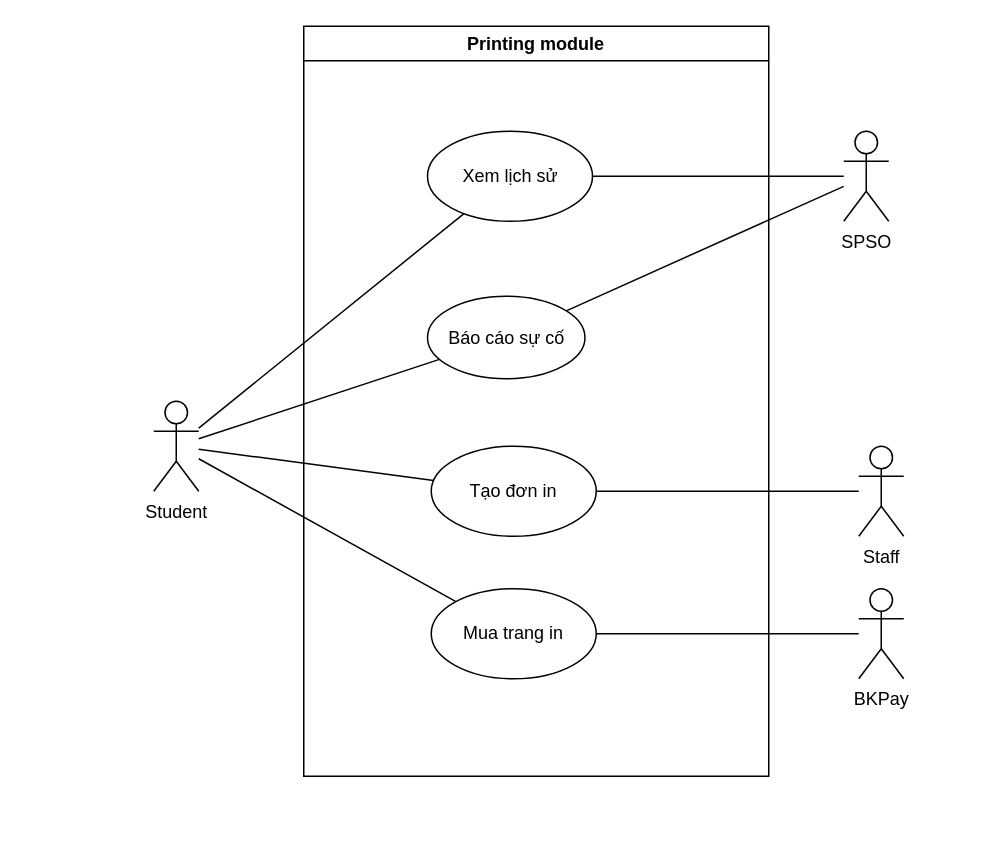
The draw.io diagram Untitled Diagram.drawio in blueonline07/auth-demo, before the edit. Source tidied: cells renumbered, new cells numbered last; positions are measured from the earlier drawing's top-left corner, leaving out a move shared by most shapes. Both pictures are drawn from the tidied source at 150%, with x=0, y=0 at pixel (153, 26).
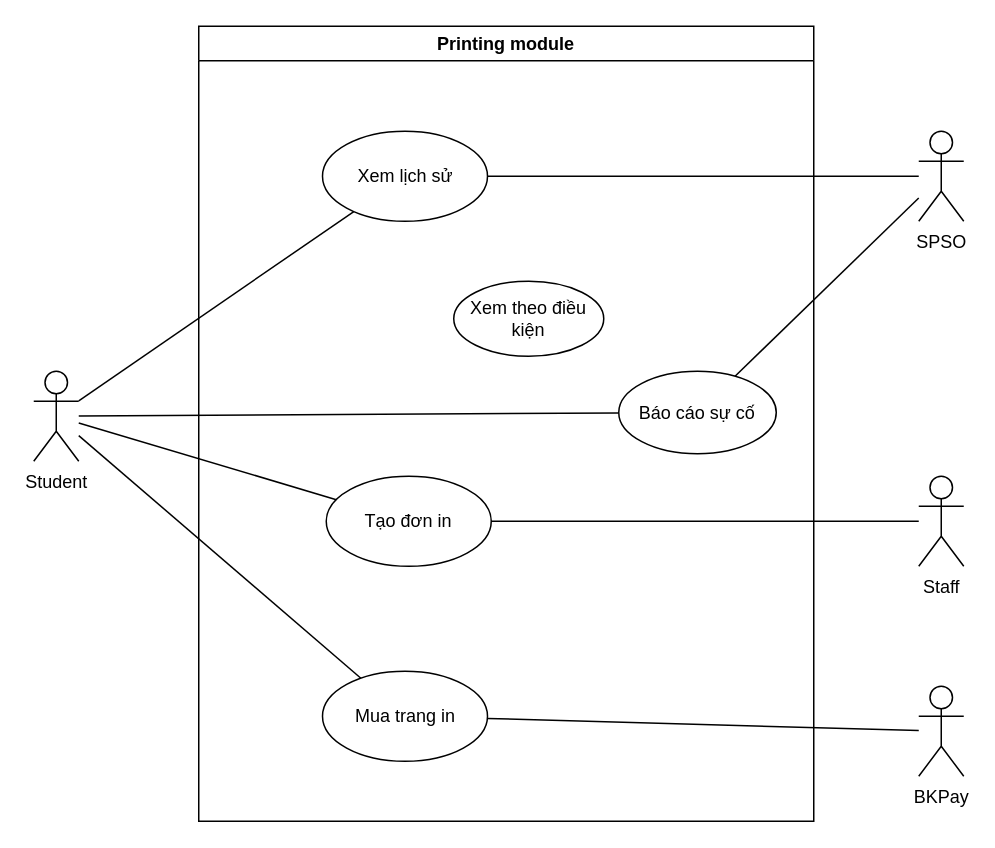
After the change.

The edit, as a diff of the source:
```diff
@@
 <mxGraphModel>
   <root>
     <mxCell id="0" />
     <mxCell id="1" parent="0" />
     <mxCell id="2" value="Student" style="shape=umlActor;verticalLabelPosition=bottom;verticalAlign=top;html=1;outlineConnect=0;" parent="1" vertex="1">
-      <mxGeometry y="250" width="30" height="60" as="geometry" />
+      <mxGeometry x="-80" y="230" width="30" height="60" as="geometry" />
     </mxCell>
     <mxCell id="3" value="Printing module" style="swimlane;whiteSpace=wrap;html=1;" parent="1" vertex="1">
-      <mxGeometry x="100" width="310" height="500" as="geometry" />
+      <mxGeometry x="30" width="410" height="530" as="geometry" />
     </mxCell>
     <mxCell id="4" value="Tạo đơn in" style="ellipse;whiteSpace=wrap;html=1;" parent="3" vertex="1">
-      <mxGeometry x="85" y="280" width="110" height="60" as="geometry" />
+      <mxGeometry x="85" y="300" width="110" height="60" as="geometry" />
     </mxCell>
     <mxCell id="5" value="Mua trang in" style="ellipse;whiteSpace=wrap;html=1;" parent="3" vertex="1">
-      <mxGeometry x="85" y="375" width="110" height="60" as="geometry" />
+      <mxGeometry x="82.5" y="430" width="110" height="60" as="geometry" />
     </mxCell>
     <mxCell id="6" value="Xem lịch sử" style="ellipse;whiteSpace=wrap;html=1;" parent="3" vertex="1">
       <mxGeometry x="82.5" y="70" width="110" height="60" as="geometry" />
     </mxCell>
     <mxCell id="7" value="Báo cáo sự cố" style="ellipse;whiteSpace=wrap;html=1;" parent="3" vertex="1">
-      <mxGeometry x="82.5" y="180" width="105" height="55" as="geometry" />
+      <mxGeometry x="280" y="230" width="105" height="55" as="geometry" />
     </mxCell>
+    <mxCell id="19" value="Xem theo điều kiện" style="ellipse;whiteSpace=wrap;html=1;" parent="3" vertex="1">
+      <mxGeometry x="170" y="170" width="100" height="50" as="geometry" />
+    </mxCell>
     <mxCell id="8" value="SPSO" style="shape=umlActor;verticalLabelPosition=bottom;verticalAlign=top;html=1;outlineConnect=0;" parent="1" vertex="1">
-      <mxGeometry x="460" y="70" width="30" height="60" as="geometry" />
+      <mxGeometry x="510" y="70" width="30" height="60" as="geometry" />
     </mxCell>
     <mxCell id="9" value="Staff" style="shape=umlActor;verticalLabelPosition=bottom;verticalAlign=top;html=1;outlineConnect=0;" parent="1" vertex="1">
-      <mxGeometry x="470" y="280" width="30" height="60" as="geometry" />
+      <mxGeometry x="510" y="300" width="30" height="60" as="geometry" />
     </mxCell>
     <mxCell id="10" style="endArrow=none;html=1;rounded=0;" parent="1" edge="1" source="2" target="6">
       <mxGeometry relative="1" as="geometry" />
     </mxCell>
     <mxCell id="11" style="endArrow=none;html=1;rounded=0;" parent="1" edge="1" source="2" target="4">
       <mxGeometry relative="1" as="geometry" />
     </mxCell>
     <mxCell id="12" style="endArrow=none;html=1;rounded=0;" parent="1" edge="1" source="2" target="5">
       <mxGeometry relative="1" as="geometry" />
     </mxCell>
     <mxCell id="13" style="endArrow=none;html=1;rounded=0;" parent="1" edge="1" source="2" target="7">
       <mxGeometry relative="1" as="geometry" />
     </mxCell>
     <mxCell id="14" style="endArrow=none;html=1;rounded=0;" parent="1" edge="1" source="6" target="8">
       <mxGeometry relative="1" as="geometry" />
     </mxCell>
     <mxCell id="15" style="endArrow=none;html=1;rounded=0;" parent="1" edge="1" source="7" target="8">
       <mxGeometry relative="1" as="geometry" />
     </mxCell>
     <mxCell id="16" style="endArrow=none;html=1;rounded=0;" parent="1" edge="1" source="4" target="9">
       <mxGeometry relative="1" as="geometry" />
     </mxCell>
     <mxCell id="17" value="BKPay" style="shape=umlActor;verticalLabelPosition=bottom;verticalAlign=top;html=1;outlineConnect=0;" parent="1" vertex="1">
-      <mxGeometry x="470" y="375" width="30" height="60" as="geometry" />
+      <mxGeometry x="510" y="440" width="30" height="60" as="geometry" />
     </mxCell>
     <mxCell id="18" style="endArrow=none;html=1;rounded=0;" parent="1" edge="1" source="5" target="17">
       <mxGeometry relative="1" as="geometry" />
     </mxCell>
   </root>
 </mxGraphModel>
```
